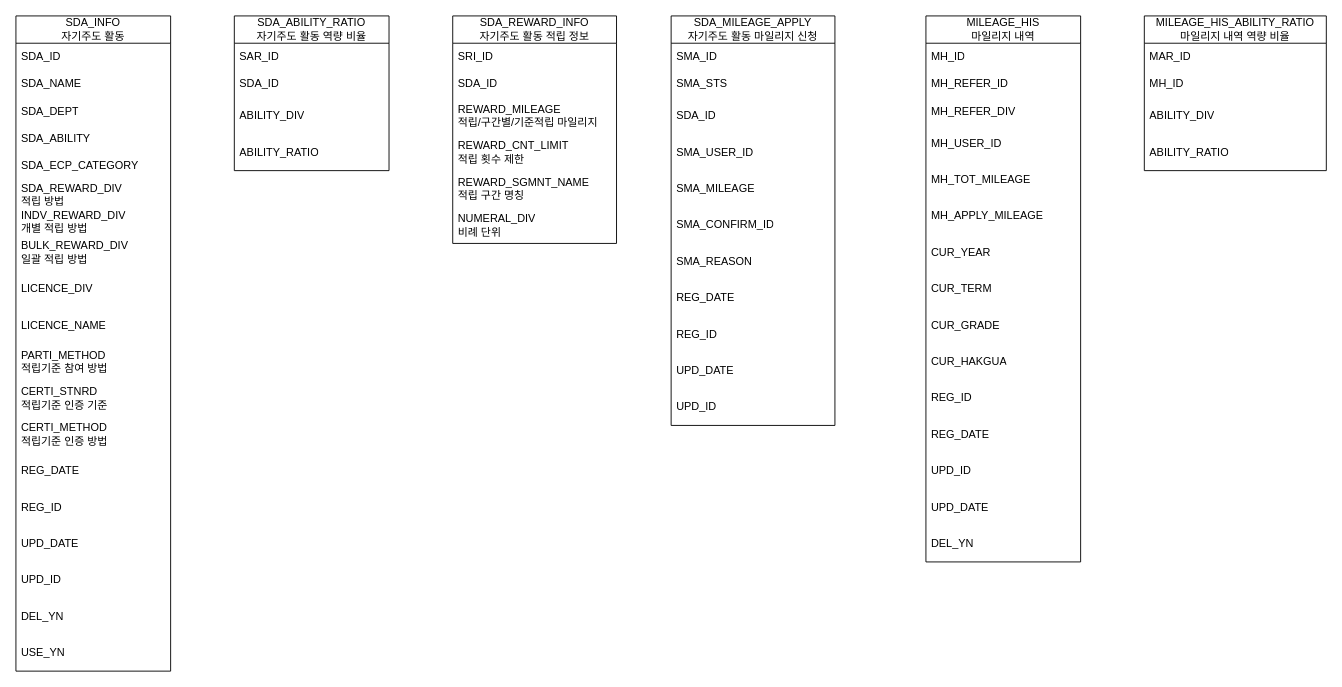
Earlier version of the draw.io diagram page "마일리지, 자기주도 활동" (1 of 2) of Table Structure.drawio (HAR00N/draw.io). Source tidied: cells renumbered, new cells numbered last; positions are measured from the earlier drawing's top-left corner, leaving out a move shared by most shapes. Both pictures are drawn from the tidied source at 91%, with x=0, y=0 at pixel (15, 15).
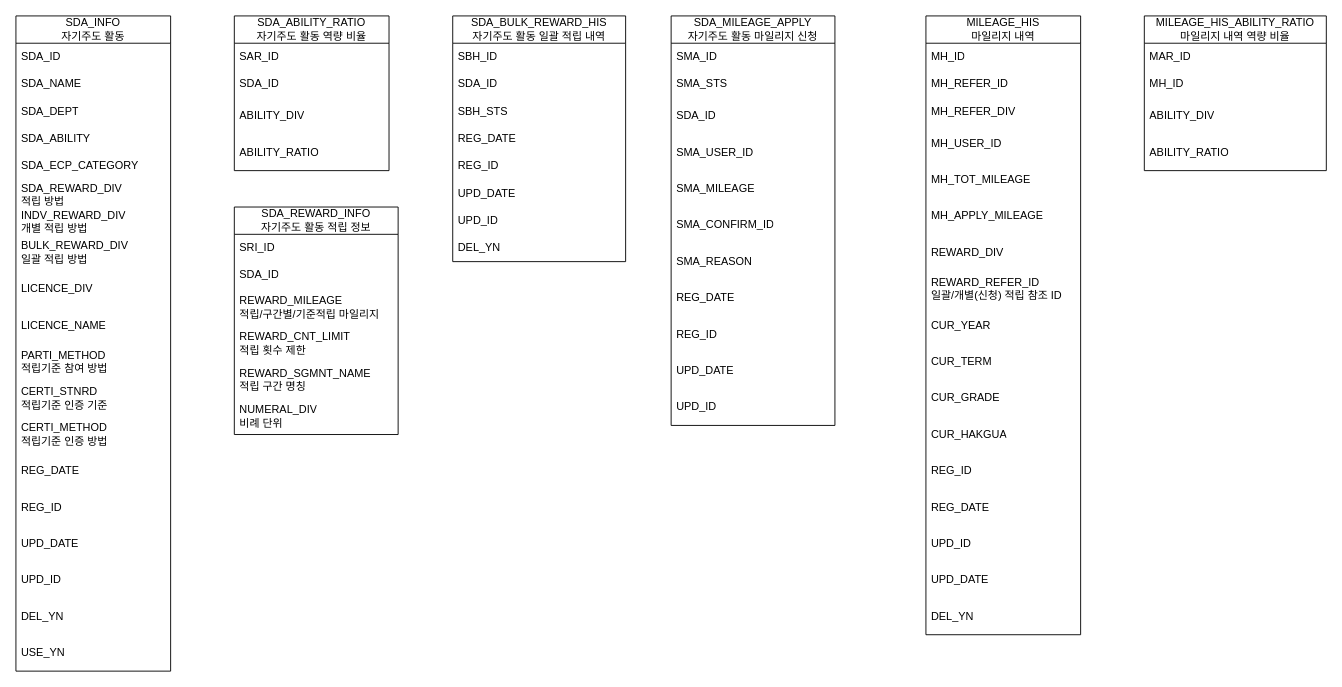
After the change.

Diff of the diagram source:
```diff
@@
-    <mxCell id="27" value="&lt;div&gt;SDA_REWARD_INFO&lt;/div&gt;자기주도 활동 적립 정보" style="swimlane;fontStyle=0;horizontal=1;startSize=30;whiteSpace=wrap;html=1;" parent="1" vertex="1">
-      <mxGeometry x="480" width="180" height="250" as="geometry" />
+    <mxCell id="27" value="&lt;div&gt;SDA_BULK_REWARD_HIS&lt;/div&gt;자기주도 활동 일괄 적립 내역" style="swimlane;fontStyle=0;horizontal=1;startSize=30;whiteSpace=wrap;html=1;" parent="1" vertex="1">
+      <mxGeometry x="480" width="190" height="270" as="geometry" />
     </mxCell>
-    <mxCell id="28" value="SRI_ID" style="text;strokeColor=none;fillColor=none;align=left;verticalAlign=middle;spacingLeft=4;spacingRight=4;overflow=hidden;whiteSpace=wrap;html=1;" parent="27" vertex="1">
-      <mxGeometry y="30" width="180" height="30" as="geometry" />
+    <mxCell id="28" value="SBH_ID" style="text;strokeColor=none;fillColor=none;align=left;verticalAlign=middle;spacingLeft=4;spacingRight=4;overflow=hidden;whiteSpace=wrap;html=1;" parent="27" vertex="1">
+      <mxGeometry y="30" width="190" height="30" as="geometry" />
     </mxCell>
     <mxCell id="29" value="SDA_ID" style="text;strokeColor=none;fillColor=none;align=left;verticalAlign=middle;spacingLeft=4;spacingRight=4;overflow=hidden;whiteSpace=wrap;html=1;" parent="27" vertex="1">
-      <mxGeometry y="60" width="180" height="30" as="geometry" />
+      <mxGeometry y="60" width="190" height="30" as="geometry" />
     </mxCell>
-    <mxCell id="30" value="REWARD_MILEAGE&lt;div&gt;적립/구간별/기준적립 마일리지&lt;/div&gt;" style="text;strokeColor=none;fillColor=none;align=left;verticalAlign=middle;spacingLeft=4;spacingRight=4;overflow=hidden;whiteSpace=wrap;html=1;" parent="27" vertex="1">
-      <mxGeometry y="90" width="180" height="40" as="geometry" />
-    </mxCell>
-    <mxCell id="31" value="REWARD_CNT_LIMIT&lt;div&gt;적립 횟수 제한&lt;/div&gt;" style="text;strokeColor=none;fillColor=none;align=left;verticalAlign=middle;spacingLeft=4;spacingRight=4;overflow=hidden;whiteSpace=wrap;html=1;" parent="27" vertex="1">
-      <mxGeometry y="130" width="180" height="40" as="geometry" />
-    </mxCell>
-    <mxCell id="32" value="REWARD_SGMNT_NAME&lt;div&gt;적립 구간 명칭&lt;/div&gt;" style="text;strokeColor=none;fillColor=none;align=left;verticalAlign=middle;spacingLeft=4;spacingRight=4;overflow=hidden;whiteSpace=wrap;html=1;" parent="27" vertex="1">
-      <mxGeometry y="170" width="180" height="40" as="geometry" />
-    </mxCell>
-    <mxCell id="33" value="NUMERAL_DIV&lt;div&gt;비례 단위&lt;/div&gt;" style="text;strokeColor=none;fillColor=none;align=left;verticalAlign=middle;spacingLeft=4;spacingRight=4;overflow=hidden;whiteSpace=wrap;html=1;" parent="27" vertex="1">
-      <mxGeometry y="210" width="180" height="40" as="geometry" />
-    </mxCell>
+    <mxCell id="67" value="SBH_STS" style="text;strokeColor=none;fillColor=none;align=left;verticalAlign=middle;spacingLeft=4;spacingRight=4;overflow=hidden;whiteSpace=wrap;html=1;" parent="27" vertex="1">
+      <mxGeometry y="90" width="190" height="30" as="geometry" />
+    </mxCell>
+    <mxCell id="68" value="REG_DATE" style="text;strokeColor=none;fillColor=none;align=left;verticalAlign=middle;spacingLeft=4;spacingRight=4;overflow=hidden;whiteSpace=wrap;html=1;" parent="27" vertex="1">
+      <mxGeometry y="120" width="190" height="30" as="geometry" />
+    </mxCell>
+    <mxCell id="69" value="REG_ID" style="text;strokeColor=none;fillColor=none;align=left;verticalAlign=middle;spacingLeft=4;spacingRight=4;overflow=hidden;whiteSpace=wrap;html=1;" parent="27" vertex="1">
+      <mxGeometry y="150" width="190" height="30" as="geometry" />
+    </mxCell>
+    <mxCell id="70" value="UPD_DATE" style="text;strokeColor=none;fillColor=none;align=left;verticalAlign=middle;spacingLeft=4;spacingRight=4;overflow=hidden;whiteSpace=wrap;html=1;" parent="27" vertex="1">
+      <mxGeometry y="180" width="190" height="30" as="geometry" />
+    </mxCell>
+    <mxCell id="71" value="UPD_ID" style="text;strokeColor=none;fillColor=none;align=left;verticalAlign=middle;spacingLeft=4;spacingRight=4;overflow=hidden;whiteSpace=wrap;html=1;" parent="27" vertex="1">
+      <mxGeometry y="210" width="190" height="30" as="geometry" />
+    </mxCell>
+    <mxCell id="72" value="DEL_YN" style="text;strokeColor=none;fillColor=none;align=left;verticalAlign=middle;spacingLeft=4;spacingRight=4;overflow=hidden;whiteSpace=wrap;html=1;" parent="27" vertex="1">
+      <mxGeometry y="240" width="190" height="30" as="geometry" />
+    </mxCell>
@@
     <mxCell id="46" value="&lt;div&gt;&lt;span style=&quot;background-color: initial;&quot;&gt;MILEAGE_HIS&lt;/span&gt;&lt;/div&gt;&lt;div&gt;&lt;span style=&quot;background-color: initial;&quot;&gt;마일리지 내역&lt;/span&gt;&lt;br&gt;&lt;/div&gt;" style="swimlane;fontStyle=0;horizontal=1;startSize=30;whiteSpace=wrap;html=1;" parent="1" vertex="1">
-      <mxGeometry x="1000" width="170" height="600" as="geometry" />
+      <mxGeometry x="1000" width="170" height="680" as="geometry" />
     </mxCell>
@@
+    <mxCell id="73" value="&lt;div&gt;&lt;span style=&quot;background-color: initial;&quot;&gt;REWARD_DIV&lt;/span&gt;&lt;br&gt;&lt;/div&gt;" style="text;strokeColor=none;fillColor=none;align=left;verticalAlign=middle;spacingLeft=4;spacingRight=4;overflow=hidden;whiteSpace=wrap;html=1;" parent="46" vertex="1">
+      <mxGeometry y="240" width="170" height="40" as="geometry" />
+    </mxCell>
+    <mxCell id="74" value="REWARD_REFER_ID&lt;div&gt;일괄/개별(신청) 적립 참조 ID&lt;br&gt;&lt;/div&gt;" style="text;strokeColor=none;fillColor=none;align=left;verticalAlign=middle;spacingLeft=4;spacingRight=4;overflow=hidden;whiteSpace=wrap;html=1;" parent="46" vertex="1">
+      <mxGeometry y="280" width="170" height="40" as="geometry" />
+    </mxCell>
     <mxCell id="53" value="CUR_YEAR" style="text;strokeColor=none;fillColor=none;align=left;verticalAlign=middle;spacingLeft=4;spacingRight=4;overflow=hidden;whiteSpace=wrap;html=1;" parent="46" vertex="1">
-      <mxGeometry y="240" width="170" height="40" as="geometry" />
+      <mxGeometry y="320" width="170" height="40" as="geometry" />
     </mxCell>
     <mxCell id="54" value="CUR_TERM" style="text;strokeColor=none;fillColor=none;align=left;verticalAlign=middle;spacingLeft=4;spacingRight=4;overflow=hidden;whiteSpace=wrap;html=1;" parent="46" vertex="1">
-      <mxGeometry y="280" width="170" height="40" as="geometry" />
+      <mxGeometry y="360" width="170" height="40" as="geometry" />
     </mxCell>
     <mxCell id="55" value="CUR_GRADE" style="text;strokeColor=none;fillColor=none;align=left;verticalAlign=middle;spacingLeft=4;spacingRight=4;overflow=hidden;whiteSpace=wrap;html=1;" parent="46" vertex="1">
-      <mxGeometry y="320" width="170" height="40" as="geometry" />
+      <mxGeometry y="400" width="170" height="40" as="geometry" />
     </mxCell>
     <mxCell id="56" value="CUR_HAKGUA" style="text;strokeColor=none;fillColor=none;align=left;verticalAlign=middle;spacingLeft=4;spacingRight=4;overflow=hidden;whiteSpace=wrap;html=1;" parent="46" vertex="1">
-      <mxGeometry y="360" width="170" height="40" as="geometry" />
+      <mxGeometry y="440" width="170" height="40" as="geometry" />
     </mxCell>
     <mxCell id="57" value="REG_ID" style="text;strokeColor=none;fillColor=none;align=left;verticalAlign=middle;spacingLeft=4;spacingRight=4;overflow=hidden;whiteSpace=wrap;html=1;" parent="46" vertex="1">
-      <mxGeometry y="400" width="170" height="40" as="geometry" />
+      <mxGeometry y="480" width="170" height="40" as="geometry" />
     </mxCell>
     <mxCell id="58" value="REG_DATE" style="text;strokeColor=none;fillColor=none;align=left;verticalAlign=middle;spacingLeft=4;spacingRight=4;overflow=hidden;whiteSpace=wrap;html=1;" parent="46" vertex="1">
-      <mxGeometry y="440" width="170" height="40" as="geometry" />
+      <mxGeometry y="520" width="170" height="40" as="geometry" />
     </mxCell>
     <mxCell id="59" value="UPD_ID" style="text;strokeColor=none;fillColor=none;align=left;verticalAlign=middle;spacingLeft=4;spacingRight=4;overflow=hidden;whiteSpace=wrap;html=1;" parent="46" vertex="1">
-      <mxGeometry y="480" width="170" height="40" as="geometry" />
+      <mxGeometry y="560" width="170" height="40" as="geometry" />
     </mxCell>
     <mxCell id="60" value="UPD_DATE" style="text;strokeColor=none;fillColor=none;align=left;verticalAlign=middle;spacingLeft=4;spacingRight=4;overflow=hidden;whiteSpace=wrap;html=1;" parent="46" vertex="1">
-      <mxGeometry y="520" width="170" height="40" as="geometry" />
+      <mxGeometry y="600" width="170" height="40" as="geometry" />
     </mxCell>
     <mxCell id="61" value="DEL_YN" style="text;strokeColor=none;fillColor=none;align=left;verticalAlign=middle;spacingLeft=4;spacingRight=4;overflow=hidden;whiteSpace=wrap;html=1;" parent="46" vertex="1">
-      <mxGeometry y="560" width="170" height="40" as="geometry" />
+      <mxGeometry y="640" width="170" height="40" as="geometry" />
     </mxCell>
@@
+    <mxCell id="75" value="&lt;div&gt;SDA_REWARD_INFO&lt;/div&gt;자기주도 활동 적립 정보" style="swimlane;fontStyle=0;horizontal=1;startSize=30;whiteSpace=wrap;html=1;" parent="1" vertex="1">
+      <mxGeometry x="240" y="210" width="180" height="250" as="geometry" />
+    </mxCell>
+    <mxCell id="76" value="SRI_ID" style="text;strokeColor=none;fillColor=none;align=left;verticalAlign=middle;spacingLeft=4;spacingRight=4;overflow=hidden;whiteSpace=wrap;html=1;" parent="75" vertex="1">
+      <mxGeometry y="30" width="180" height="30" as="geometry" />
+    </mxCell>
+    <mxCell id="77" value="SDA_ID" style="text;strokeColor=none;fillColor=none;align=left;verticalAlign=middle;spacingLeft=4;spacingRight=4;overflow=hidden;whiteSpace=wrap;html=1;" parent="75" vertex="1">
+      <mxGeometry y="60" width="180" height="30" as="geometry" />
+    </mxCell>
+    <mxCell id="30" value="REWARD_MILEAGE&lt;div&gt;적립/구간별/기준적립 마일리지&lt;/div&gt;" style="text;strokeColor=none;fillColor=none;align=left;verticalAlign=middle;spacingLeft=4;spacingRight=4;overflow=hidden;whiteSpace=wrap;html=1;" parent="75" vertex="1">
+      <mxGeometry y="90" width="180" height="40" as="geometry" />
+    </mxCell>
+    <mxCell id="31" value="REWARD_CNT_LIMIT&lt;div&gt;적립 횟수 제한&lt;/div&gt;" style="text;strokeColor=none;fillColor=none;align=left;verticalAlign=middle;spacingLeft=4;spacingRight=4;overflow=hidden;whiteSpace=wrap;html=1;" parent="75" vertex="1">
+      <mxGeometry y="130" width="180" height="40" as="geometry" />
+    </mxCell>
+    <mxCell id="32" value="REWARD_SGMNT_NAME&lt;div&gt;적립 구간 명칭&lt;/div&gt;" style="text;strokeColor=none;fillColor=none;align=left;verticalAlign=middle;spacingLeft=4;spacingRight=4;overflow=hidden;whiteSpace=wrap;html=1;" parent="75" vertex="1">
+      <mxGeometry y="170" width="180" height="40" as="geometry" />
+    </mxCell>
+    <mxCell id="33" value="NUMERAL_DIV&lt;div&gt;비례 단위&lt;/div&gt;" style="text;strokeColor=none;fillColor=none;align=left;verticalAlign=middle;spacingLeft=4;spacingRight=4;overflow=hidden;whiteSpace=wrap;html=1;" parent="75" vertex="1">
+      <mxGeometry y="210" width="180" height="40" as="geometry" />
+    </mxCell>
```
